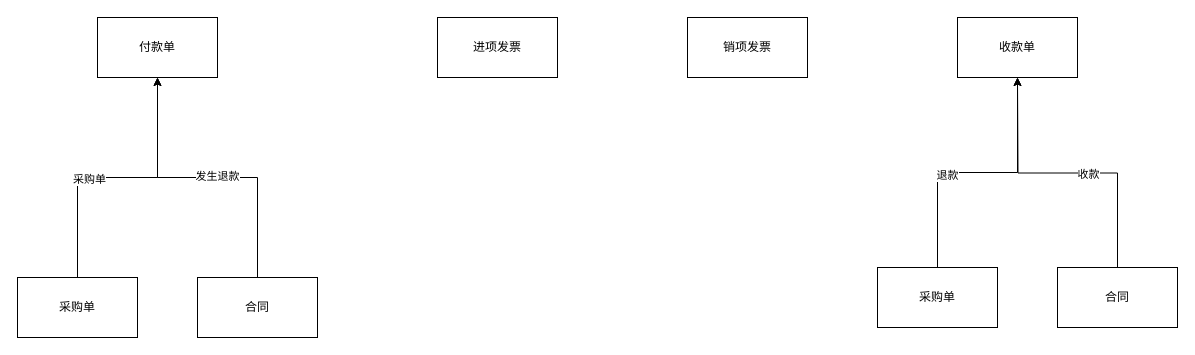
Before: 重庆公租房.drawio in lingpengzhou/diagrams.io, a draw.io diagram. Source tidied: cells renumbered, new cells numbered last; positions are measured from the earlier drawing's top-left corner, leaving out a move shared by most shapes. Both pictures are drawn from the tidied source at 100%, with x=0, y=0 at pixel (17, 17).
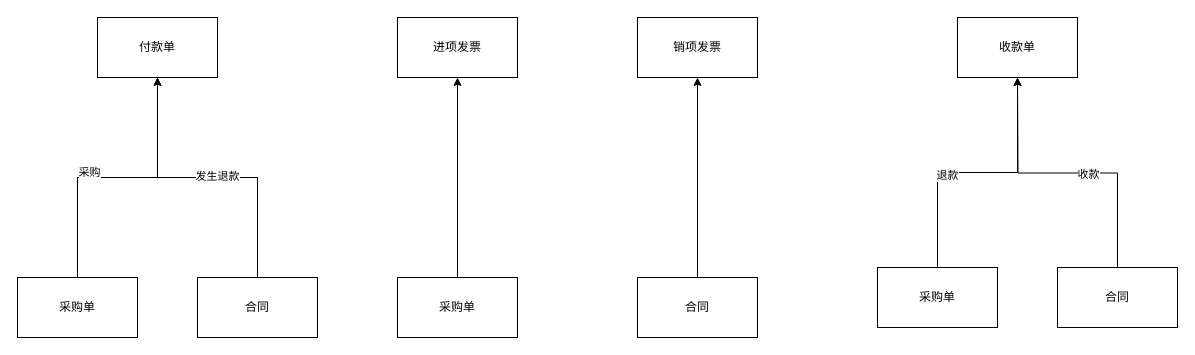
After the change.

Commit message (it also covers changes not shown here):
更新重庆公租房.drawio

The change refers to these unchanged cells:
```xml
<mxCell id="2" style="edgeStyle=orthogonalEdgeStyle;rounded=0;jettySize=auto;html=1;exitX=0.5;exitY=0;exitDx=0;exitDy=0;entryX=0.5;entryY=1;entryDx=0;entryDy=0;" parent="1" edge="1" source="4" target="8">
  <mxGeometry relative="1" as="geometry" />
</mxCell>
```

Diff of the diagram source:
```diff
@@
-    <mxCell id="3" value="采购单" style="edgeLabel;html=1;align=center;verticalAlign=middle;" parent="2" vertex="1">
+    <mxCell id="3" value="采购&lt;div&gt;&lt;br&gt;&lt;/div&gt;" style="edgeLabel;html=1;align=center;verticalAlign=middle;" parent="2" vertex="1">
       <mxGeometry x="-0.21" y="-1" relative="1" as="geometry" />
     </mxCell>
@@
     <mxCell id="10" value="进项发票" style="rounded=0;whiteSpace=wrap;html=1;" parent="1" vertex="1">
-      <mxGeometry x="420" width="120" height="60" as="geometry" />
+      <mxGeometry x="380" width="120" height="60" as="geometry" />
     </mxCell>
     <mxCell id="11" value="销项发票" style="rounded=0;whiteSpace=wrap;html=1;" parent="1" vertex="1">
-      <mxGeometry x="670" width="120" height="60" as="geometry" />
+      <mxGeometry x="620" width="120" height="60" as="geometry" />
     </mxCell>
@@
+    <mxCell id="18" style="edgeStyle=orthogonalEdgeStyle;rounded=0;jettySize=auto;html=1;exitX=0.5;exitY=0;exitDx=0;exitDy=0;entryX=0.5;entryY=1;entryDx=0;entryDy=0;" parent="1" edge="1" source="19" target="10">
+      <mxGeometry relative="1" as="geometry" />
+    </mxCell>
+    <mxCell id="19" value="采购单" style="rounded=0;whiteSpace=wrap;html=1;" parent="1" vertex="1">
+      <mxGeometry x="380" y="260" width="120" height="60" as="geometry" />
+    </mxCell>
+    <mxCell id="20" style="edgeStyle=orthogonalEdgeStyle;rounded=0;jettySize=auto;html=1;exitX=0.5;exitY=0;exitDx=0;exitDy=0;entryX=0.5;entryY=1;entryDx=0;entryDy=0;" parent="1" edge="1" source="21" target="11">
+      <mxGeometry relative="1" as="geometry" />
+    </mxCell>
+    <mxCell id="21" value="合同" style="rounded=0;whiteSpace=wrap;html=1;" parent="1" vertex="1">
+      <mxGeometry x="620" y="260" width="120" height="60" as="geometry" />
+    </mxCell>
```
